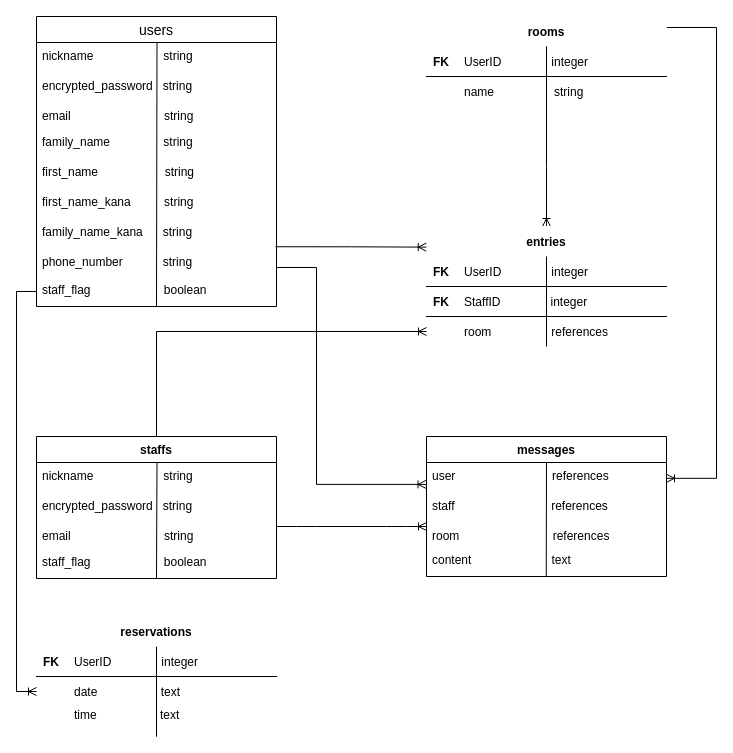
Above: marketforyou.dio in kenichimori1127/market-foryou (draw.io), before the change. Source tidied: cells renumbered, new cells numbered last; positions are measured from the earlier drawing's top-left corner, leaving out a move shared by most shapes. Both pictures are drawn from the tidied source at 100%, with x=0, y=0 at pixel (16, 16).
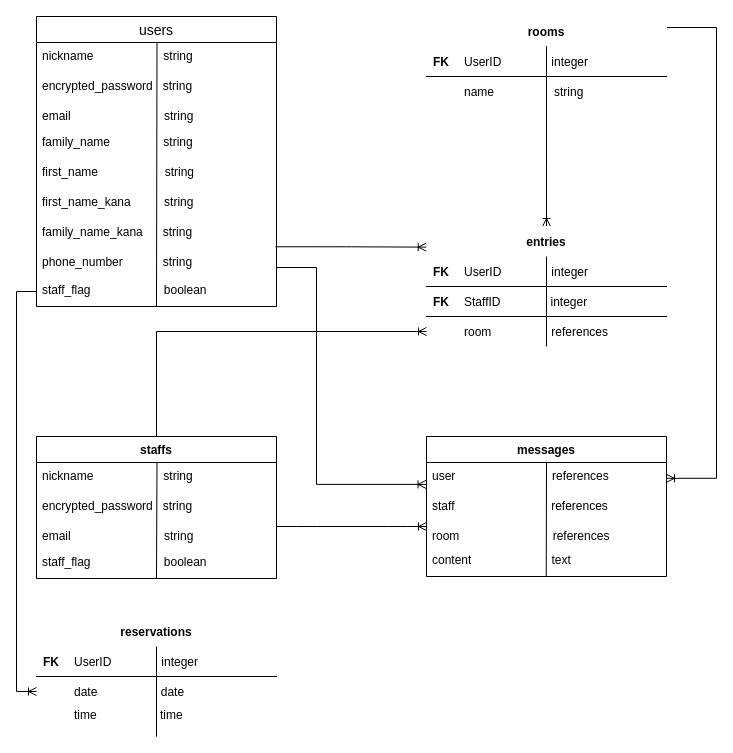
Above is the later version.

Unchanged cells that the change refers to:
```xml
<mxCell id="27" style="shape=partialRectangle;fillColor=none;top=0;left=0;bottom=0;right=0;points=[[0,0.5],[1,0.5]];portConstraint=eastwest;" parent="23" vertex="1">
  <mxGeometry y="60" width="240" height="30" as="geometry" />
</mxCell>
<mxCell id="30" style="shape=partialRectangle;fillColor=none;top=0;left=0;bottom=0;right=0;points=[[0,0.5],[1,0.5]];portConstraint=eastwest;" parent="23" vertex="1">
  <mxGeometry y="90" width="240" height="30" as="geometry" />
</mxCell>
```

Change to the diagram source:
```diff
@@
-    <mxCell id="29" value="date                   text" style="shape=partialRectangle;fillColor=none;top=0;left=0;bottom=0;right=0;align=left;spacingLeft=6;overflow=hidden;" parent="27" vertex="1">
+    <mxCell id="29" value="date                   date" style="shape=partialRectangle;fillColor=none;top=0;left=0;bottom=0;right=0;align=left;spacingLeft=6;overflow=hidden;" parent="27" vertex="1">
       <mxGeometry x="30" width="210" height="30" as="geometry" />
     </mxCell>
@@
-    <mxCell id="32" value="time                   text&#10;" style="shape=partialRectangle;fillColor=none;top=0;left=0;bottom=0;right=0;align=left;spacingLeft=6;overflow=hidden;" parent="30" vertex="1">
+    <mxCell id="32" value="time                   time&#10;" style="shape=partialRectangle;fillColor=none;top=0;left=0;bottom=0;right=0;align=left;spacingLeft=6;overflow=hidden;" parent="30" vertex="1">
       <mxGeometry x="30" width="210" height="30" as="geometry" />
     </mxCell>
```
